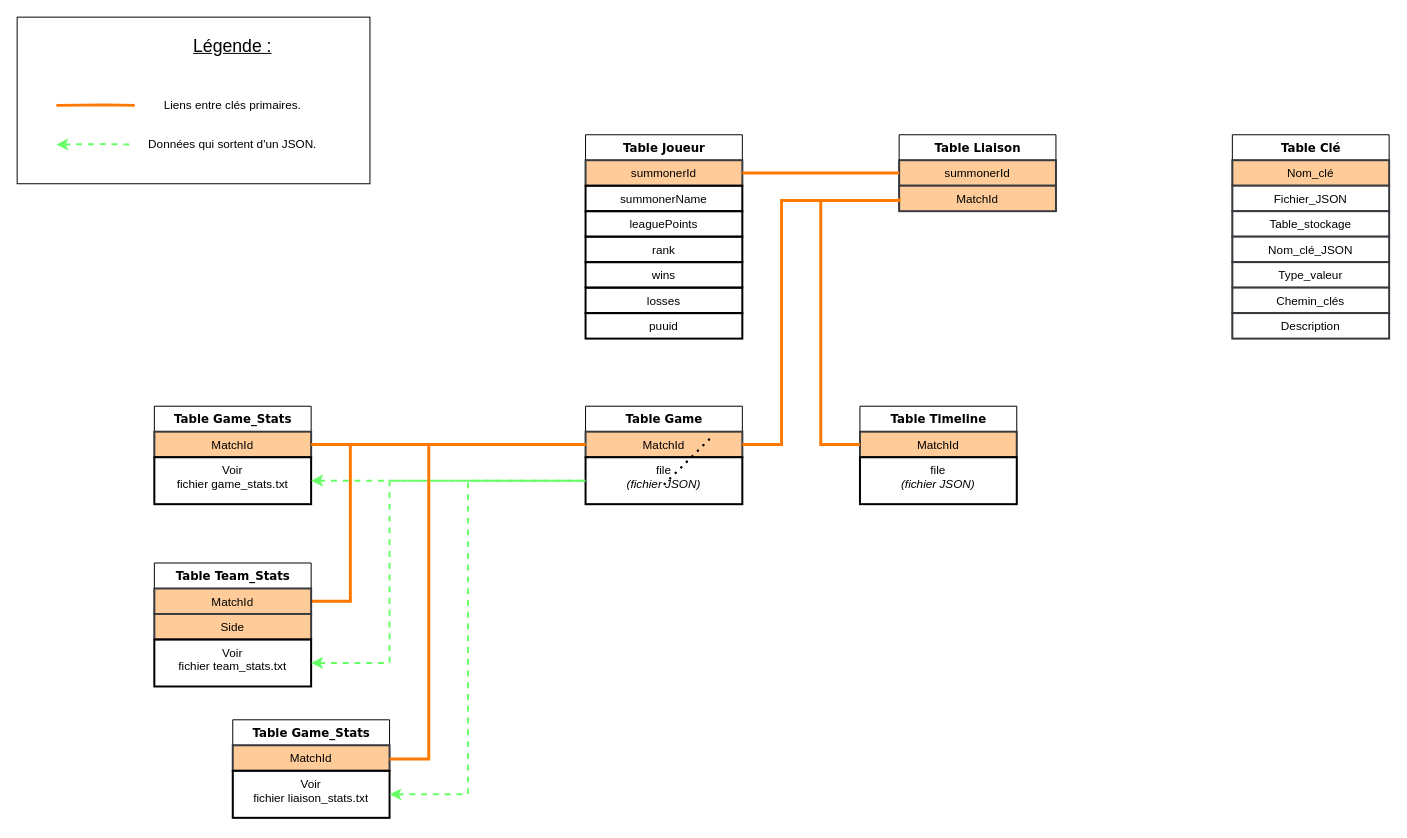
This is Graph de représentation/Graph_database.drawio from HugoMERCIER2001/ProjetKarmineCorp, a draw.io file, before an edit. Source tidied: cells renumbered, new cells numbered last; positions are measured from the earlier drawing's top-left corner, leaving out a move shared by most shapes. Both pictures are drawn from the tidied source at 98%, with x=0, y=0 at pixel (17, 17).
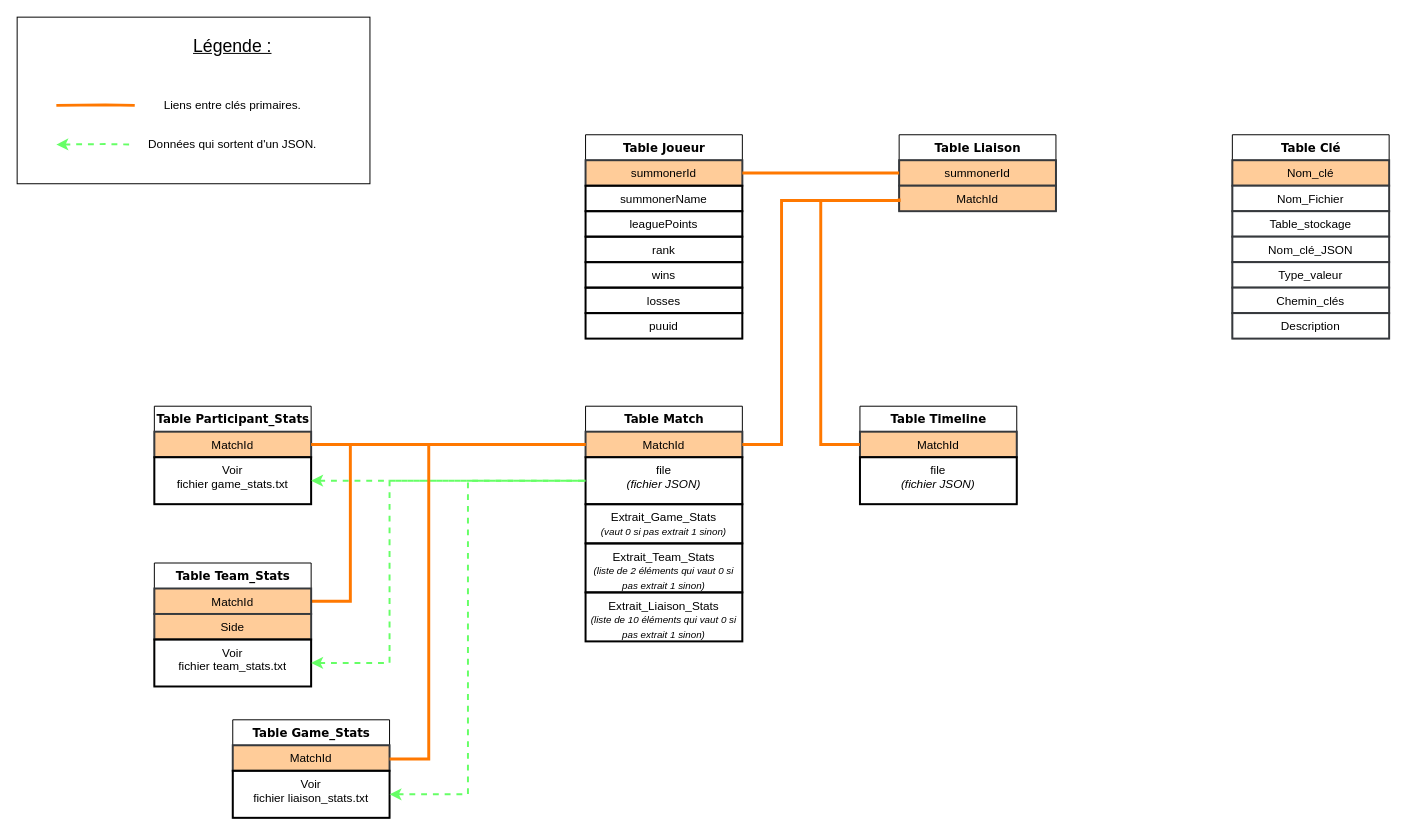
The same page after the edit.

The change refers to these unchanged cells:
```xml
<mxCell id="46" value="Table Clé" style="swimlane;html=1;fontStyle=1;align=center;verticalAlign=top;horizontal=1;startSize=26;swimlaneFillColor=#ffffff;rounded=0;shadow=0;comic=0;labelBackgroundColor=none;strokeWidth=1;fillColor=none;fontFamily=Verdana;fontSize=12;" parent="1" vertex="1">
  <mxGeometry x="1240" y="120" width="160" height="208" as="geometry" />
</mxCell>
```

Change to the diagram source:
```diff
@@
-    <mxCell id="19" value="Table Game" style="swimlane;html=1;fontStyle=1;align=center;verticalAlign=top;horizontal=1;startSize=26;swimlaneFillColor=#ffffff;rounded=0;shadow=0;comic=0;labelBackgroundColor=none;strokeWidth=1;fillColor=none;fontFamily=Verdana;fontSize=12;" parent="1" vertex="1">
-      <mxGeometry x="580" y="397" width="160" height="100" as="geometry" />
+    <mxCell id="19" value="Table Match" style="swimlane;html=1;fontStyle=1;align=center;verticalAlign=top;horizontal=1;startSize=26;swimlaneFillColor=#ffffff;rounded=0;shadow=0;comic=0;labelBackgroundColor=none;strokeWidth=1;fillColor=none;fontFamily=Verdana;fontSize=12;" parent="1" vertex="1">
+      <mxGeometry x="580" y="397" width="160" height="240" as="geometry" />
     </mxCell>
@@
+    <mxCell id="54" value="&lt;div&gt;&lt;font color=&quot;#000000&quot;&gt;Extrait_Game_Stats&lt;/font&gt;&lt;/div&gt;&lt;div&gt;&lt;font size=&quot;1&quot; color=&quot;#000000&quot;&gt;&lt;i&gt;(vaut 0 si pas extrait 1 sinon)&lt;/i&gt;&lt;/font&gt;&lt;font size=&quot;1&quot; color=&quot;#000000&quot;&gt;&lt;i&gt;&lt;br&gt;&lt;/i&gt;&lt;/font&gt;&lt;/div&gt;" style="text;html=1;strokeColor=#000000;fillColor=none;align=center;verticalAlign=top;spacingLeft=4;spacingRight=4;whiteSpace=wrap;overflow=hidden;shadow=0;strokeWidth=2;glass=1;" parent="19" vertex="1">
+      <mxGeometry y="100" width="160" height="40" as="geometry" />
+    </mxCell>
+    <mxCell id="55" value="&lt;div&gt;&lt;font color=&quot;#000000&quot;&gt;Extrait_Team_Stats&lt;br&gt;&lt;/font&gt;&lt;/div&gt;&lt;div&gt;&lt;font size=&quot;1&quot; color=&quot;#000000&quot;&gt;&lt;i&gt;(liste de 2 éléments qui vaut 0 si pas extrait 1 sinon)&lt;/i&gt;&lt;/font&gt;&lt;font size=&quot;1&quot; color=&quot;#000000&quot;&gt;&lt;i&gt;&lt;br&gt;&lt;/i&gt;&lt;/font&gt;&lt;/div&gt;" style="text;html=1;strokeColor=#000000;fillColor=none;align=center;verticalAlign=top;spacingLeft=4;spacingRight=4;whiteSpace=wrap;overflow=hidden;shadow=0;strokeWidth=2;glass=1;" parent="19" vertex="1">
+      <mxGeometry y="140" width="160" height="50" as="geometry" />
+    </mxCell>
+    <mxCell id="56" value="&lt;div&gt;&lt;font color=&quot;#000000&quot;&gt;Extrait_Liaison_Stats&lt;br&gt;&lt;/font&gt;&lt;/div&gt;&lt;div&gt;&lt;font size=&quot;1&quot; color=&quot;#000000&quot;&gt;&lt;i&gt;(liste de 10 éléments qui vaut 0 si pas extrait 1 sinon)&lt;/i&gt;&lt;/font&gt;&lt;font size=&quot;1&quot; color=&quot;#000000&quot;&gt;&lt;i&gt;&lt;br&gt;&lt;/i&gt;&lt;/font&gt;&lt;/div&gt;" style="text;html=1;strokeColor=#000000;fillColor=none;align=center;verticalAlign=top;spacingLeft=4;spacingRight=4;whiteSpace=wrap;overflow=hidden;shadow=0;strokeWidth=2;glass=1;" parent="19" vertex="1">
+      <mxGeometry y="190" width="160" height="50" as="geometry" />
+    </mxCell>
@@
-    <mxCell id="24" value="Table Game_Stats" style="swimlane;html=1;fontStyle=1;align=center;verticalAlign=top;horizontal=1;startSize=26;swimlaneFillColor=#ffffff;rounded=0;shadow=0;comic=0;labelBackgroundColor=none;strokeWidth=1;fillColor=none;fontFamily=Verdana;fontSize=12;" parent="1" vertex="1">
+    <mxCell id="24" value="Table Participant_Stats" style="swimlane;html=1;fontStyle=1;align=center;verticalAlign=top;horizontal=1;startSize=26;swimlaneFillColor=#ffffff;rounded=0;shadow=0;comic=0;labelBackgroundColor=none;strokeWidth=1;fillColor=none;fontFamily=Verdana;fontSize=12;" parent="1" vertex="1">
       <mxGeometry x="140" y="397" width="160" height="100" as="geometry" />
     </mxCell>
@@
-    <mxCell id="39" style="endArrow=none;dashed=1;html=1;dashPattern=1 3;strokeWidth=2;rounded=0;" parent="1" edge="1">
-      <mxGeometry relative="1" as="geometry">
-        <mxPoint x="660" y="477" as="sourcePoint" />
-        <mxPoint x="710" y="427" as="targetPoint" />
-      </mxGeometry>
-    </mxCell>
-    <mxCell id="40" style="endArrow=none;dashed=1;html=1;dashPattern=1 3;strokeWidth=2;rounded=0;" parent="1" edge="1">
-      <mxGeometry relative="1" as="geometry">
-        <mxPoint x="660" y="477" as="sourcePoint" />
-        <mxPoint x="710" y="427" as="targetPoint" />
-      </mxGeometry>
-    </mxCell>
@@
-    <mxCell id="48" value="&lt;font color=&quot;#000000&quot;&gt;Fichier_JSON&lt;/font&gt;" style="text;html=1;strokeColor=#36393d;fillColor=#FFFFFF;align=center;verticalAlign=top;spacingLeft=4;spacingRight=4;whiteSpace=wrap;overflow=hidden;shadow=0;strokeWidth=2;glass=0;" parent="46" vertex="1">
+    <mxCell id="48" value="&lt;font color=&quot;#000000&quot;&gt;Nom_Fichier&lt;/font&gt;" style="text;html=1;strokeColor=#36393d;fillColor=#FFFFFF;align=center;verticalAlign=top;spacingLeft=4;spacingRight=4;whiteSpace=wrap;overflow=hidden;shadow=0;strokeWidth=2;glass=0;" parent="46" vertex="1">
       <mxGeometry y="52" width="160" height="26" as="geometry" />
     </mxCell>
```
